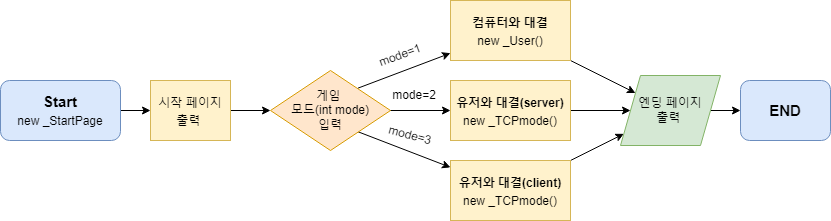
The draw.io diagram img/mainFlowchart.png in Minaminaminamima/KING_OF_OMOK, before a commit. Source tidied: cells renumbered, new cells last; positions are measured from the earlier drawing's top-left corner, leaving out a move shared by most shapes. The source it was exported from:
```xml
<mxGraphModel>
  <root>
    <mxCell id="0" />
    <mxCell id="1" parent="0" />
    <mxCell id="2" style="edgeStyle=orthogonalEdgeStyle;rounded=0;orthogonalLoop=1;jettySize=auto;html=1;fontSize=15;" parent="1" edge="1">
      <mxGeometry relative="1" as="geometry">
        <mxPoint x="120" y="110" as="sourcePoint" />
        <mxPoint x="150" y="110" as="targetPoint" />
      </mxGeometry>
    </mxCell>
    <mxCell id="3" style="edgeStyle=orthogonalEdgeStyle;rounded=0;orthogonalLoop=1;jettySize=auto;html=1;fontSize=15;" parent="1" edge="1">
      <mxGeometry relative="1" as="geometry">
        <mxPoint x="220" y="110" as="sourcePoint" />
        <mxPoint x="270" y="110" as="targetPoint" />
      </mxGeometry>
    </mxCell>
    <mxCell id="4" style="edgeStyle=none;rounded=0;jettySize=auto;html=1;fontSize=15;" parent="1" edge="1" target="14">
      <mxGeometry relative="1" as="geometry">
        <mxPoint x="357.4" y="87.7" as="sourcePoint" />
      </mxGeometry>
    </mxCell>
    <mxCell id="5" style="edgeStyle=none;rounded=0;jettySize=auto;html=1;fontSize=15;" parent="1" edge="1" target="10">
      <mxGeometry relative="1" as="geometry">
        <mxPoint x="344.6" y="126.3" as="sourcePoint" />
      </mxGeometry>
    </mxCell>
    <mxCell id="6" style="edgeStyle=none;rounded=0;jettySize=auto;html=1;fontSize=15;" parent="1" edge="1" target="12">
      <mxGeometry relative="1" as="geometry">
        <mxPoint x="350" y="110" as="sourcePoint" />
      </mxGeometry>
    </mxCell>
    <mxCell id="7" value="&lt;b&gt;Start&lt;br&gt;&lt;/b&gt;&lt;span style=&quot;font-size: 12px&quot;&gt;new _StartPage&lt;/span&gt;" style="rounded=1;whiteSpace=wrap;html=1;fontSize=15;fillColor=#dae8fc;strokeColor=#6c8ebf;" parent="1" vertex="1">
      <mxGeometry y="80" width="120" height="60" as="geometry" />
    </mxCell>
    <mxCell id="8" value="&lt;span style=&quot;font-size: 12px&quot;&gt;시작 페이지 출력&amp;nbsp;&lt;/span&gt;" style="rounded=0;whiteSpace=wrap;html=1;fontSize=15;fillColor=#fff2cc;strokeColor=#d6b656;" parent="1" vertex="1">
      <mxGeometry x="150" y="80" width="80" height="60" as="geometry" />
    </mxCell>
    <mxCell id="9" style="edgeStyle=none;rounded=0;jettySize=auto;html=1;fontSize=12;" parent="1" edge="1" source="10" target="21">
      <mxGeometry relative="1" as="geometry" />
    </mxCell>
    <mxCell id="10" value="&lt;b&gt;&lt;span style=&quot;font-size: 12px&quot;&gt;유저와 대결(client)&lt;/span&gt;&lt;br style=&quot;font-size: 12px&quot;&gt;&lt;/b&gt;&lt;span style=&quot;font-size: 12px&quot;&gt;new _TCPmode()&lt;br&gt;&lt;/span&gt;" style="rounded=0;whiteSpace=wrap;html=1;fontSize=15;fillColor=#fff2cc;strokeColor=#d6b656;" parent="1" vertex="1">
      <mxGeometry x="450" y="160" width="120" height="60" as="geometry" />
    </mxCell>
    <mxCell id="11" style="edgeStyle=none;rounded=0;jettySize=auto;html=1;fontSize=12;" parent="1" edge="1" source="12" target="21">
      <mxGeometry relative="1" as="geometry" />
    </mxCell>
    <mxCell id="12" value="&lt;font style=&quot;font-size: 12px&quot;&gt;&lt;b&gt;유저와 대결(server)&lt;br&gt;&lt;/b&gt;new _TCPmode()&lt;/font&gt;" style="rounded=0;whiteSpace=wrap;html=1;fontSize=15;fillColor=#fff2cc;strokeColor=#d6b656;" parent="1" vertex="1">
      <mxGeometry x="450" y="80" width="120" height="60" as="geometry" />
    </mxCell>
    <mxCell id="13" style="edgeStyle=none;rounded=0;jettySize=auto;html=1;fontSize=12;" parent="1" edge="1" source="14" target="21">
      <mxGeometry relative="1" as="geometry" />
    </mxCell>
    <mxCell id="14" value="&lt;font style=&quot;font-size: 12px&quot;&gt;&lt;b&gt;&lt;span&gt;컴퓨터와 대결&lt;/span&gt;&lt;br&gt;&lt;/b&gt;&lt;span&gt;new _User()&lt;/span&gt;&lt;br&gt;&lt;/font&gt;" style="rounded=0;whiteSpace=wrap;html=1;fontSize=15;fillColor=#fff2cc;strokeColor=#d6b656;" parent="1" vertex="1">
      <mxGeometry x="450" width="120" height="60" as="geometry" />
    </mxCell>
    <mxCell id="15" style="edgeStyle=none;rounded=0;jettySize=auto;html=1;fontSize=12;" parent="1" edge="1" target="16">
      <mxGeometry relative="1" as="geometry">
        <mxPoint x="700" y="110" as="sourcePoint" />
      </mxGeometry>
    </mxCell>
    <mxCell id="16" value="&lt;b&gt;END&lt;/b&gt;" style="rounded=1;whiteSpace=wrap;html=1;fontSize=15;fillColor=#dae8fc;strokeColor=#6c8ebf;" parent="1" vertex="1">
      <mxGeometry x="740" y="80" width="90" height="60" as="geometry" />
    </mxCell>
    <mxCell id="17" value="&lt;span&gt;게임 &lt;br&gt;모드(int mode)&lt;/span&gt;&lt;br&gt;&lt;span&gt;입력&lt;/span&gt;" style="rhombus;whiteSpace=wrap;html=1;fontSize=12;fillColor=#ffe6cc;strokeColor=#d79b00;" parent="1" vertex="1">
      <mxGeometry x="270" y="70" width="120" height="80" as="geometry" />
    </mxCell>
    <mxCell id="18" value="mode=1" style="text;html=1;strokeColor=none;fillColor=none;align=center;verticalAlign=middle;whiteSpace=wrap;rounded=0;fontSize=12;rotation=-20;" parent="1" vertex="1">
      <mxGeometry x="370" y="40" width="60" height="30" as="geometry" />
    </mxCell>
    <mxCell id="19" value="mode=3" style="text;html=1;strokeColor=none;fillColor=none;align=center;verticalAlign=middle;whiteSpace=wrap;rounded=0;fontSize=12;rotation=15;" parent="1" vertex="1">
      <mxGeometry x="380" y="120" width="60" height="30" as="geometry" />
    </mxCell>
    <mxCell id="20" value="mode=2" style="text;html=1;strokeColor=none;fillColor=none;align=center;verticalAlign=middle;whiteSpace=wrap;rounded=0;fontSize=12;rotation=0;" parent="1" vertex="1">
      <mxGeometry x="384" y="80" width="60" height="30" as="geometry" />
    </mxCell>
    <mxCell id="21" value="&lt;span&gt;엔딩 페이지&lt;br&gt;출력&amp;nbsp;&lt;/span&gt;" style="shape=parallelogram;perimeter=parallelogramPerimeter;whiteSpace=wrap;html=1;fixedSize=1;fontSize=12;fillColor=#d5e8d4;strokeColor=#82b366;" parent="1" vertex="1">
      <mxGeometry x="620" y="75" width="100" height="70" as="geometry" />
    </mxCell>
  </root>
</mxGraphModel>
```
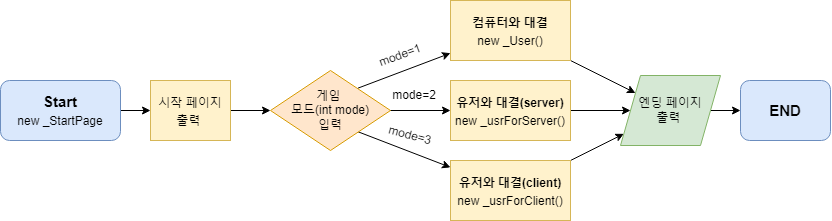
The same diagram one commit later.

The edit, as a diff of the source:
```diff
@@ -38,13 +38,13 @@
     <mxCell id="9" style="edgeStyle=none;rounded=0;jettySize=auto;html=1;fontSize=12;" parent="1" edge="1" source="10" target="21">
       <mxGeometry relative="1" as="geometry" />
     </mxCell>
-    <mxCell id="10" value="&lt;b&gt;&lt;span style=&quot;font-size: 12px&quot;&gt;유저와 대결(client)&lt;/span&gt;&lt;br style=&quot;font-size: 12px&quot;&gt;&lt;/b&gt;&lt;span style=&quot;font-size: 12px&quot;&gt;new _TCPmode()&lt;br&gt;&lt;/span&gt;" style="rounded=0;whiteSpace=wrap;html=1;fontSize=15;fillColor=#fff2cc;strokeColor=#d6b656;" parent="1" vertex="1">
+    <mxCell id="10" value="&lt;b&gt;&lt;span style=&quot;font-size: 12px&quot;&gt;유저와 대결(client)&lt;/span&gt;&lt;br style=&quot;font-size: 12px&quot;&gt;&lt;/b&gt;&lt;span style=&quot;font-size: 12px&quot;&gt;new _usrForClient()&lt;/span&gt;" style="rounded=0;whiteSpace=wrap;html=1;fontSize=15;fillColor=#fff2cc;strokeColor=#d6b656;" parent="1" vertex="1">
       <mxGeometry x="450" y="160" width="120" height="60" as="geometry" />
     </mxCell>
     <mxCell id="11" style="edgeStyle=none;rounded=0;jettySize=auto;html=1;fontSize=12;" parent="1" edge="1" source="12" target="21">
       <mxGeometry relative="1" as="geometry" />
     </mxCell>
-    <mxCell id="12" value="&lt;font style=&quot;font-size: 12px&quot;&gt;&lt;b&gt;유저와 대결(server)&lt;br&gt;&lt;/b&gt;new _TCPmode()&lt;/font&gt;" style="rounded=0;whiteSpace=wrap;html=1;fontSize=15;fillColor=#fff2cc;strokeColor=#d6b656;" parent="1" vertex="1">
+    <mxCell id="12" value="&lt;font style=&quot;font-size: 12px&quot;&gt;&lt;b&gt;유저와 대결(server)&lt;br&gt;&lt;/b&gt;new _usrForServer()&lt;/font&gt;" style="rounded=0;whiteSpace=wrap;html=1;fontSize=15;fillColor=#fff2cc;strokeColor=#d6b656;" parent="1" vertex="1">
       <mxGeometry x="450" y="80" width="120" height="60" as="geometry" />
     </mxCell>
     <mxCell id="13" style="edgeStyle=none;rounded=0;jettySize=auto;html=1;fontSize=12;" parent="1" edge="1" source="14" target="21">
```
